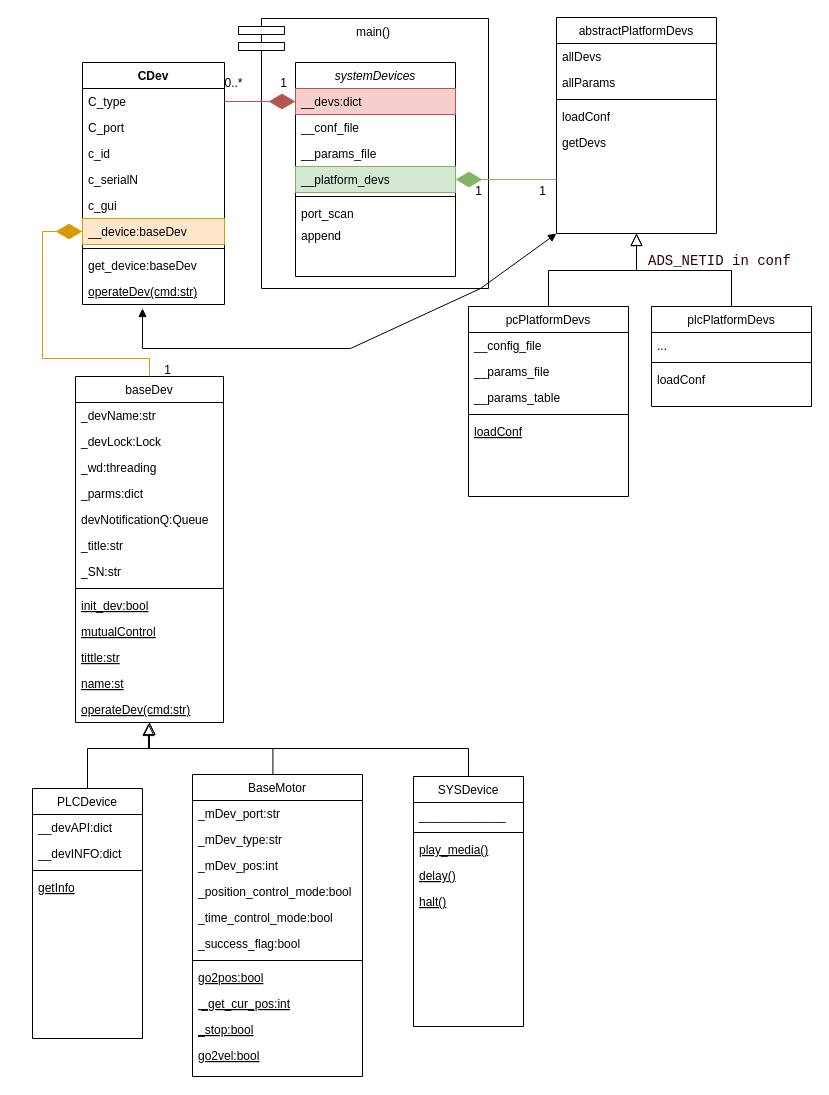
The draw.io diagram page "Conf & devs" (1 of 2) of v5 class diagram.drawio in lvoldman/v5, before the edit. Source tidied: cells renumbered, new cells numbered last; positions are measured from the earlier drawing's top-left corner, leaving out a move shared by most shapes. Both pictures are drawn from the tidied source at 100%, with x=0, y=0 at pixel (32, 17).
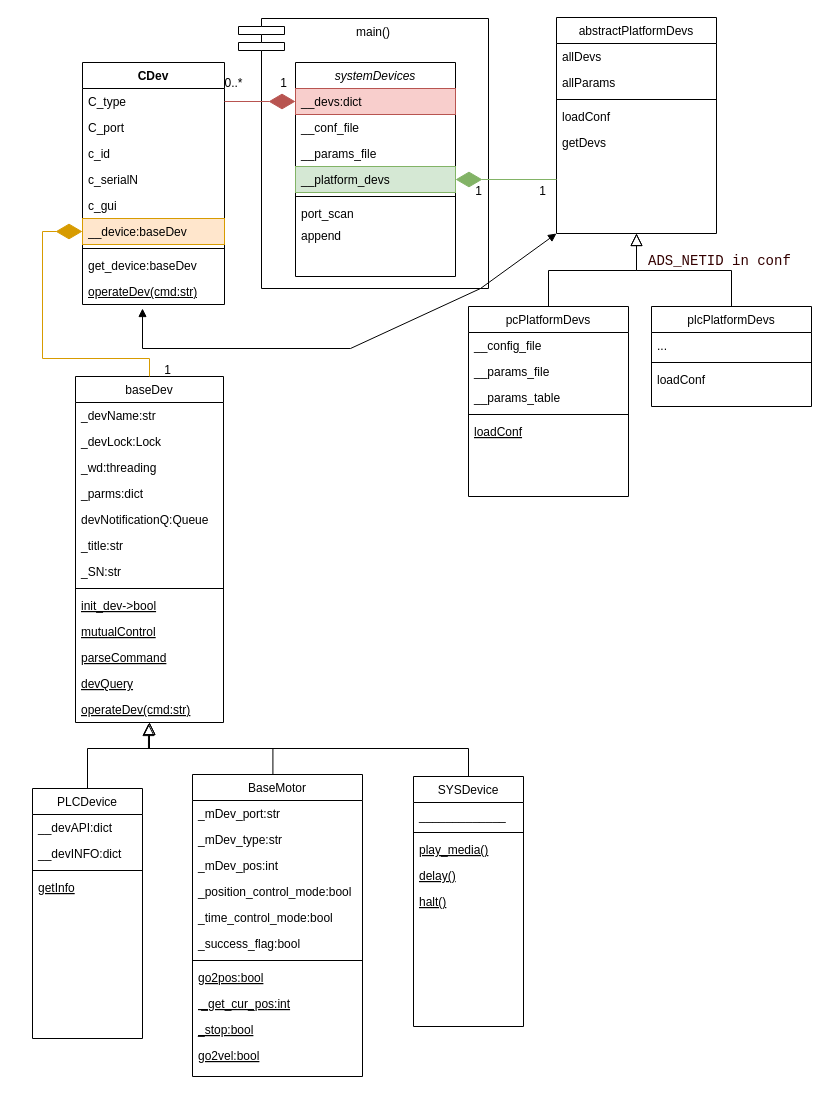
The same page after the edit.

The change refers to these unchanged cells:
```xml
<mxCell id="48" value="baseDev" style="swimlane;fontStyle=0;align=center;verticalAlign=top;horizontal=1;startSize=26;rounded=0;shadow=0;strokeWidth=1;" parent="1" vertex="1">
  <mxGeometry x="43" y="359" width="148" height="346" as="geometry" />
</mxCell>
```

The edit, as a diff of the source:
```diff
@@
-    <mxCell id="57" value="init_dev:bool" style="text;align=left;verticalAlign=top;spacingLeft=4;spacingRight=4;overflow=hidden;fontStyle=4;" parent="48" vertex="1">
+    <mxCell id="57" value="init_dev-&gt;bool" style="text;align=left;verticalAlign=top;spacingLeft=4;spacingRight=4;overflow=hidden;fontStyle=4;" parent="48" vertex="1">
       <mxGeometry y="216" width="148" height="26" as="geometry" />
     </mxCell>
@@
-    <mxCell id="59" value="tittle:str" style="text;align=left;verticalAlign=top;spacingLeft=4;spacingRight=4;overflow=hidden;fontStyle=4;" parent="48" vertex="1">
+    <mxCell id="59" value="parseCommand" style="text;align=left;verticalAlign=top;spacingLeft=4;spacingRight=4;overflow=hidden;fontStyle=4;" parent="48" vertex="1">
       <mxGeometry y="268" width="148" height="26" as="geometry" />
     </mxCell>
-    <mxCell id="60" value="name:st" style="text;align=left;verticalAlign=top;spacingLeft=4;spacingRight=4;overflow=hidden;fontStyle=4;" parent="48" vertex="1">
+    <mxCell id="60" value="devQuery" style="text;align=left;verticalAlign=top;spacingLeft=4;spacingRight=4;overflow=hidden;fontStyle=4;" parent="48" vertex="1">
       <mxGeometry y="294" width="148" height="26" as="geometry" />
     </mxCell>
```
